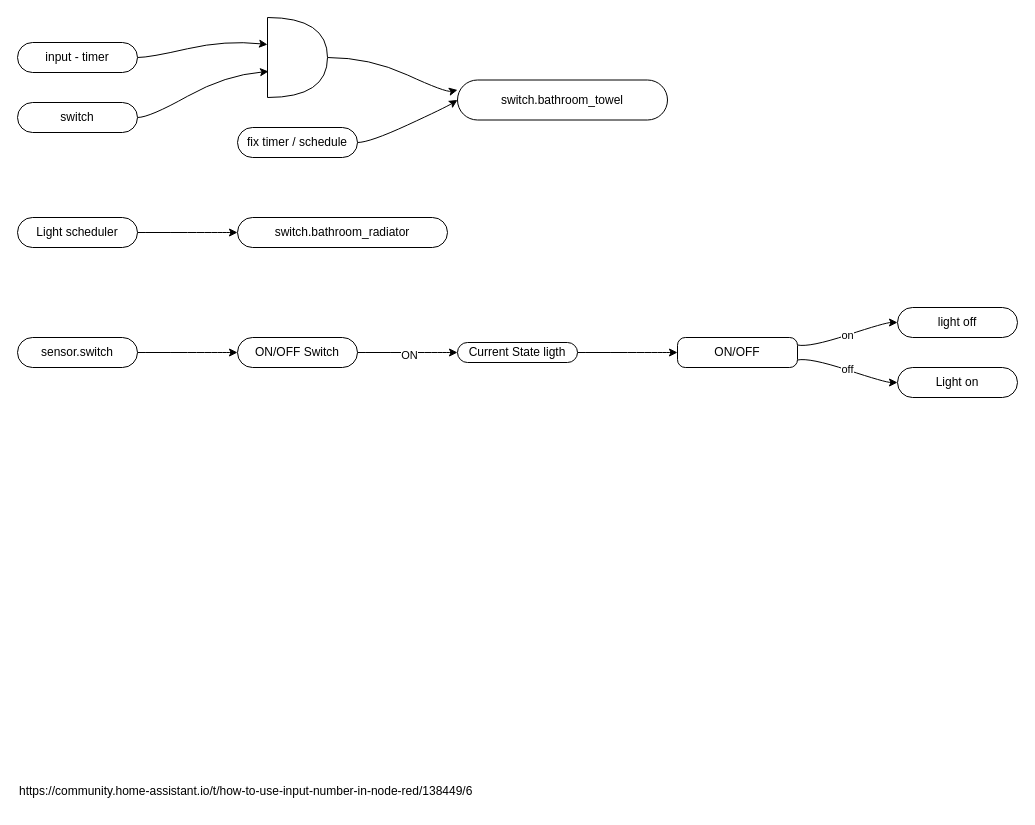
Before: page "swich.bathroom_switches" (4 of 5) of logical_flows/NodeRED_flow.drawio in houdaerttim/dns-hass, a draw.io diagram. Source tidied: cells renumbered, new cells numbered last; positions are measured from the earlier drawing's top-left corner, leaving out a move shared by most shapes. Both pictures are drawn from the tidied source at 100%, with x=0, y=0 at pixel (17, 17).
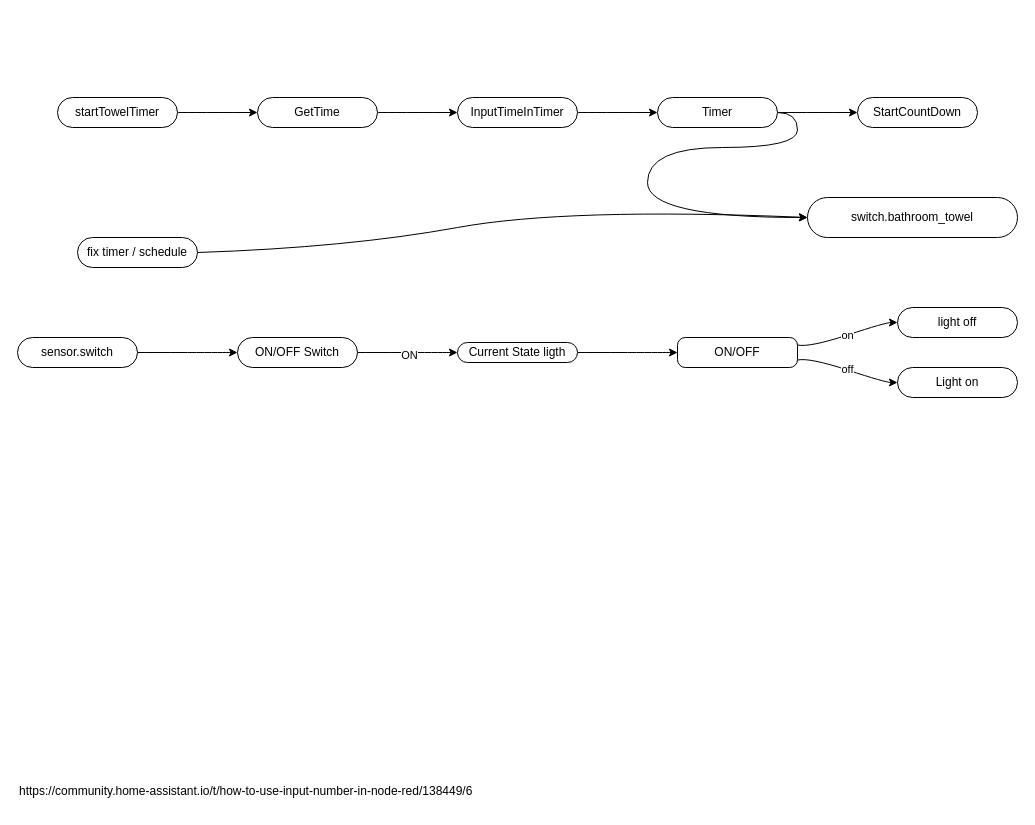
The same page after the edit.

The edit, as a diff of the source:
```diff
@@
     <mxCell id="2" value="switch.bathroom_towel" style="rounded=1;whiteSpace=wrap;html=1;arcSize=50;" parent="1" vertex="1">
-      <mxGeometry x="440" y="62.5" width="210" height="40" as="geometry" />
+      <mxGeometry x="790" y="180" width="210" height="40" as="geometry" />
     </mxCell>
-    <mxCell id="3" value="switch.bathroom_radiator&lt;br&gt;" style="rounded=1;whiteSpace=wrap;html=1;arcSize=50;" parent="1" vertex="1">
-      <mxGeometry x="220" y="200" width="210" height="30" as="geometry" />
-    </mxCell>
-    <mxCell id="4" style="edgeStyle=orthogonalEdgeStyle;curved=1;rounded=0;jettySize=auto;html=1;exitX=1;exitY=0.5;exitDx=0;exitDy=0;entryX=0;entryY=0.338;entryDx=0;entryDy=0;entryPerimeter=0;noEdgeStyle=1;orthogonal=1;" parent="1" edge="1" source="5" target="11">
-      <mxGeometry relative="1" as="geometry">
-        <Array as="points">
-          <mxPoint x="132" y="40" />
-          <mxPoint x="208" y="22.5" />
-        </Array>
-      </mxGeometry>
-    </mxCell>
+    <mxCell id="26" style="edgeStyle=orthogonalEdgeStyle;curved=1;rounded=0;jettySize=auto;html=1;fontColor=#808080;" parent="1" edge="1" source="5" target="28">
+      <mxGeometry relative="1" as="geometry" />
+    </mxCell>
-    <mxCell id="5" value="input - timer" style="rounded=1;whiteSpace=wrap;html=1;arcSize=50;" parent="1" vertex="1">
-      <mxGeometry y="25" width="120" height="30" as="geometry" />
+    <mxCell id="5" value="startTowelTimer" style="rounded=1;whiteSpace=wrap;html=1;arcSize=50;" parent="1" vertex="1">
+      <mxGeometry x="40" y="80" width="120" height="30" as="geometry" />
     </mxCell>
     <mxCell id="6" style="edgeStyle=orthogonalEdgeStyle;curved=1;rounded=0;jettySize=auto;html=1;exitX=1;exitY=0.5;exitDx=0;exitDy=0;entryX=0;entryY=0.5;entryDx=0;entryDy=0;noEdgeStyle=1;orthogonal=1;" parent="1" edge="1" source="7" target="2">
       <mxGeometry relative="1" as="geometry">
         <Array as="points">
-          <mxPoint x="352" y="125" />
-          <mxPoint x="428" y="90" />
+          <mxPoint x="330" y="230" />
+          <mxPoint x="550" y="190" />
         </Array>
       </mxGeometry>
     </mxCell>
     <mxCell id="7" value="fix timer / schedule&lt;br&gt;" style="rounded=1;whiteSpace=wrap;html=1;arcSize=50;" parent="1" vertex="1">
-      <mxGeometry x="220" y="110" width="120" height="30" as="geometry" />
+      <mxGeometry x="60" y="220" width="120" height="30" as="geometry" />
     </mxCell>
-    <mxCell id="8" style="edgeStyle=orthogonalEdgeStyle;curved=1;rounded=0;jettySize=auto;html=1;exitX=1;exitY=0.5;exitDx=0;exitDy=0;entryX=0.017;entryY=0.675;entryDx=0;entryDy=0;entryPerimeter=0;noEdgeStyle=1;orthogonal=1;" parent="1" edge="1" source="9" target="11">
-      <mxGeometry relative="1" as="geometry">
-        <Array as="points">
-          <mxPoint x="132" y="100" />
-          <mxPoint x="208" y="57.5" />
-        </Array>
-      </mxGeometry>
-    </mxCell>
-    <mxCell id="9" value="switch" style="rounded=1;whiteSpace=wrap;html=1;arcSize=50;" parent="1" vertex="1">
-      <mxGeometry y="85" width="120" height="30" as="geometry" />
-    </mxCell>
-    <mxCell id="10" style="edgeStyle=orthogonalEdgeStyle;curved=1;rounded=0;jettySize=auto;html=1;exitX=1;exitY=0.5;exitDx=0;exitDy=0;exitPerimeter=0;noEdgeStyle=1;orthogonal=1;entryX=0;entryY=0.25;entryDx=0;entryDy=0;" parent="1" edge="1" source="11" target="2">
-      <mxGeometry relative="1" as="geometry">
-        <Array as="points">
-          <mxPoint x="352" y="40" />
-          <mxPoint x="428" y="75" />
-        </Array>
-      </mxGeometry>
-    </mxCell>
-    <mxCell id="11" style="shape=or;whiteSpace=wrap;html=1;" parent="1" vertex="1">
-      <mxGeometry x="250" width="60" height="80" as="geometry" />
-    </mxCell>
-    <mxCell id="12" style="edgeStyle=orthogonalEdgeStyle;curved=1;rounded=0;jettySize=auto;html=1;exitX=1;exitY=0.5;exitDx=0;exitDy=0;entryX=0;entryY=0.5;entryDx=0;entryDy=0;noEdgeStyle=1;orthogonal=1;" parent="1" edge="1" source="13" target="3">
-      <mxGeometry relative="1" as="geometry">
-        <Array as="points">
-          <mxPoint x="132" y="215" />
-          <mxPoint x="208" y="215" />
-        </Array>
-      </mxGeometry>
-    </mxCell>
-    <mxCell id="13" value="Light scheduler" style="rounded=1;whiteSpace=wrap;html=1;arcSize=50;" parent="1" vertex="1">
-      <mxGeometry y="200" width="120" height="30" as="geometry" />
-    </mxCell>
@@
+    <mxCell id="27" style="edgeStyle=orthogonalEdgeStyle;curved=1;rounded=0;jettySize=auto;html=1;fontColor=#808080;" parent="1" edge="1" source="28" target="30">
+      <mxGeometry relative="1" as="geometry" />
+    </mxCell>
+    <mxCell id="28" value="GetTime" style="rounded=1;whiteSpace=wrap;html=1;arcSize=50;" parent="1" vertex="1">
+      <mxGeometry x="240" y="80" width="120" height="30" as="geometry" />
+    </mxCell>
+    <mxCell id="29" style="edgeStyle=orthogonalEdgeStyle;curved=1;rounded=0;jettySize=auto;html=1;fontColor=#808080;" parent="1" edge="1" source="30" target="33">
+      <mxGeometry relative="1" as="geometry" />
+    </mxCell>
+    <mxCell id="30" value="InputTimeInTimer" style="rounded=1;whiteSpace=wrap;html=1;arcSize=50;" parent="1" vertex="1">
+      <mxGeometry x="440" y="80" width="120" height="30" as="geometry" />
+    </mxCell>
+    <mxCell id="31" style="edgeStyle=orthogonalEdgeStyle;curved=1;rounded=0;jettySize=auto;html=1;exitX=1;exitY=0.5;exitDx=0;exitDy=0;fontColor=#808080;entryX=0;entryY=0.5;entryDx=0;entryDy=0;" parent="1" edge="1" source="33" target="2">
+      <mxGeometry relative="1" as="geometry">
+        <Array as="points">
+          <mxPoint x="780" y="95" />
+          <mxPoint x="780" y="130" />
+          <mxPoint x="630" y="130" />
+          <mxPoint x="630" y="200" />
+        </Array>
+      </mxGeometry>
+    </mxCell>
+    <mxCell id="32" style="edgeStyle=orthogonalEdgeStyle;curved=1;rounded=0;jettySize=auto;html=1;fontColor=#808080;" parent="1" edge="1" source="33" target="34">
+      <mxGeometry relative="1" as="geometry" />
+    </mxCell>
+    <mxCell id="33" value="Timer" style="rounded=1;whiteSpace=wrap;html=1;arcSize=50;" parent="1" vertex="1">
+      <mxGeometry x="640" y="80" width="120" height="30" as="geometry" />
+    </mxCell>
+    <mxCell id="34" value="StartCountDown" style="rounded=1;whiteSpace=wrap;html=1;arcSize=50;" parent="1" vertex="1">
+      <mxGeometry x="840" y="80" width="120" height="30" as="geometry" />
+    </mxCell>
```
